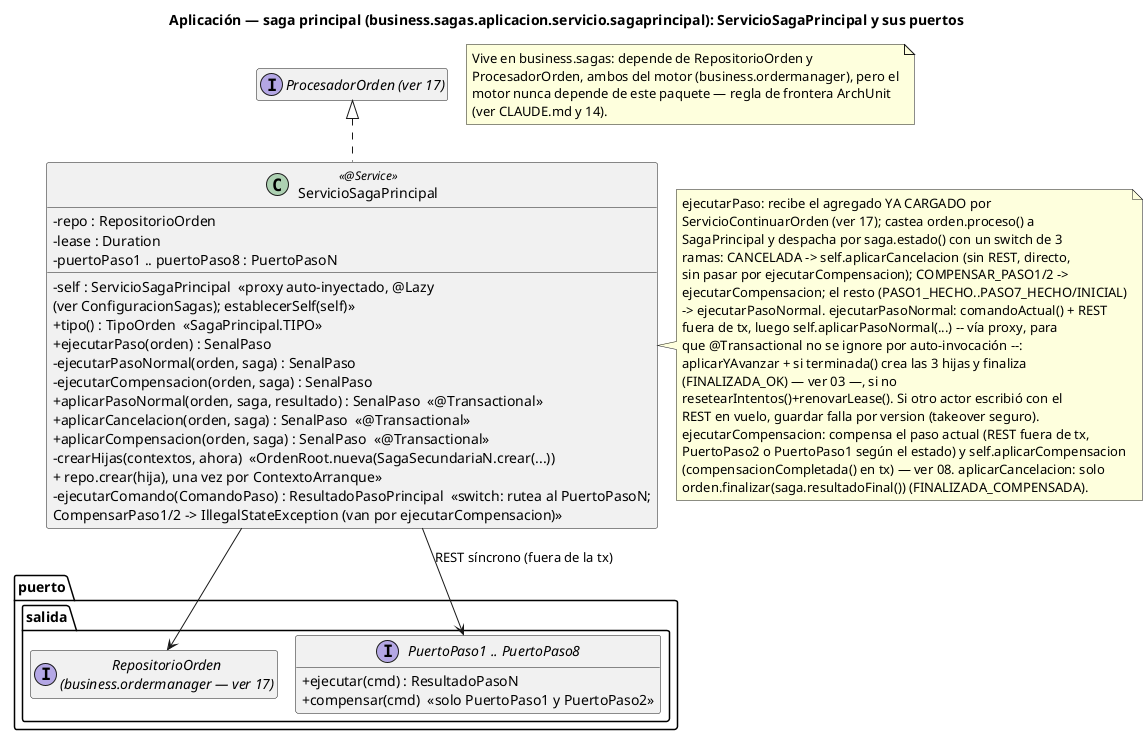
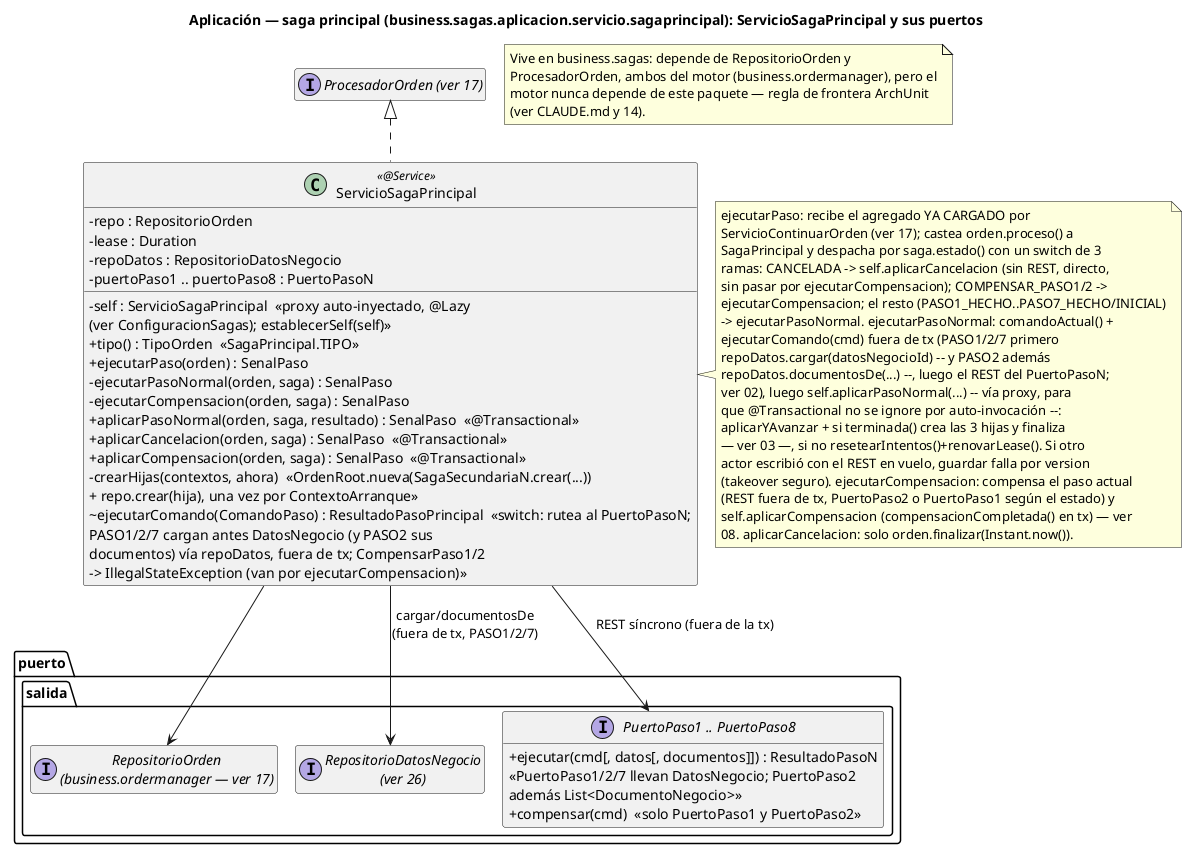
@startuml 18-clases-aplicacion-saga-principal
title Aplicación — saga principal (business.sagas.aplicacion.servicio.sagaprincipal): ServicioSagaPrincipal y sus puertos
!pragma layout smetana
hide empty members
skinparam classAttributeIconSize 0

interface "ProcesadorOrden (ver 17)" as Base

class ServicioSagaPrincipal <<@Service>> {
  -repo : RepositorioOrden
  -lease : Duration
+   -repoDatos : RepositorioDatosNegocio
  -puertoPaso1 .. puertoPaso8 : PuertoPasoN
  -self : ServicioSagaPrincipal  «proxy auto-inyectado, @Lazy\n(ver ConfiguracionSagas); establecerSelf(self)»
  +tipo() : TipoOrden  «SagaPrincipal.TIPO»
  +ejecutarPaso(orden) : SenalPaso
  -ejecutarPasoNormal(orden, saga) : SenalPaso
  -ejecutarCompensacion(orden, saga) : SenalPaso
  +aplicarPasoNormal(orden, saga, resultado) : SenalPaso  «@Transactional»
  +aplicarCancelacion(orden, saga) : SenalPaso  «@Transactional»
  +aplicarCompensacion(orden, saga) : SenalPaso  «@Transactional»
  -crearHijas(contextos, ahora)  «OrdenRoot.nueva(SagaSecundariaN.crear(...))\n+ repo.crear(hija), una vez por ContextoArranque»
-   -ejecutarComando(ComandoPaso) : ResultadoPasoPrincipal  «switch: rutea al PuertoPasoN;\nCompensarPaso1/2 -> IllegalStateException (van por ejecutarCompensacion)»
+   ~ejecutarComando(ComandoPaso) : ResultadoPasoPrincipal  «switch: rutea al PuertoPasoN;\nPASO1/2/7 cargan antes DatosNegocio (y PASO2 sus\ndocumentos) vía repoDatos, fuera de tx; CompensarPaso1/2\n-> IllegalStateException (van por ejecutarCompensacion)»
}
note right of ServicioSagaPrincipal
  ejecutarPaso: recibe el agregado YA CARGADO por
  ServicioContinuarOrden (ver 17); castea orden.proceso() a
  SagaPrincipal y despacha por saga.estado() con un switch de 3
  ramas: CANCELADA -> self.aplicarCancelacion (sin REST, directo,
  sin pasar por ejecutarCompensacion); COMPENSAR_PASO1/2 ->
  ejecutarCompensacion; el resto (PASO1_HECHO..PASO7_HECHO/INICIAL)
-   -> ejecutarPasoNormal. ejecutarPasoNormal: comandoActual() + REST
-   fuera de tx, luego self.aplicarPasoNormal(...) -- vía proxy, para
+   -> ejecutarPasoNormal. ejecutarPasoNormal: comandoActual() +
+   ejecutarComando(cmd) fuera de tx (PASO1/2/7 primero
+   repoDatos.cargar(datosNegocioId) -- y PASO2 además
+   repoDatos.documentosDe(...) --, luego el REST del PuertoPasoN;
+   ver 02), luego self.aplicarPasoNormal(...) -- vía proxy, para
  que @Transactional no se ignore por auto-invocación --:
  aplicarYAvanzar + si terminada() crea las 3 hijas y finaliza
-   (FINALIZADA_OK) — ver 03 —, si no
-   resetearIntentos()+renovarLease(). Si otro actor escribió con el
-   REST en vuelo, guardar falla por version (takeover seguro).
-   ejecutarCompensacion: compensa el paso actual (REST fuera de tx,
-   PuertoPaso2 o PuertoPaso1 según el estado) y self.aplicarCompensacion
-   (compensacionCompletada() en tx) — ver 08. aplicarCancelacion: solo
-   orden.finalizar(saga.resultadoFinal()) (FINALIZADA_COMPENSADA).
+   — ver 03 —, si no resetearIntentos()+renovarLease(). Si otro
+   actor escribió con el REST en vuelo, guardar falla por version
+   (takeover seguro). ejecutarCompensacion: compensa el paso actual
+   (REST fuera de tx, PuertoPaso2 o PuertoPaso1 según el estado) y
+   self.aplicarCompensacion (compensacionCompletada() en tx) — ver
+   08. aplicarCancelacion: solo orden.finalizar(Instant.now()).
end note

package "puerto.salida" {
  interface "RepositorioOrden\n(business.ordermanager — ver 17)" as RepositorioOrden
+   interface "RepositorioDatosNegocio\n(ver 26)" as RepositorioDatosNegocio
  interface "PuertoPaso1 .. PuertoPaso8" as PuertosPaso {
-     +ejecutar(cmd) : ResultadoPasoN
+     +ejecutar(cmd[, datos[, documentos]]) : ResultadoPasoN\n«PuertoPaso1/2/7 llevan DatosNegocio; PuertoPaso2\nademás List<DocumentoNegocio>»
    +compensar(cmd)  «solo PuertoPaso1 y PuertoPaso2»
  }
}

Base <|.. ServicioSagaPrincipal
ServicioSagaPrincipal --> RepositorioOrden
+ ServicioSagaPrincipal --> RepositorioDatosNegocio : cargar/documentosDe\n(fuera de tx, PASO1/2/7)
ServicioSagaPrincipal --> PuertosPaso : REST síncrono (fuera de la tx)

note as NPaquete
  Vive en business.sagas: depende de RepositorioOrden y
  ProcesadorOrden, ambos del motor (business.ordermanager), pero el
  motor nunca depende de este paquete — regla de frontera ArchUnit
  (ver CLAUDE.md y 14).
end note
@enduml
